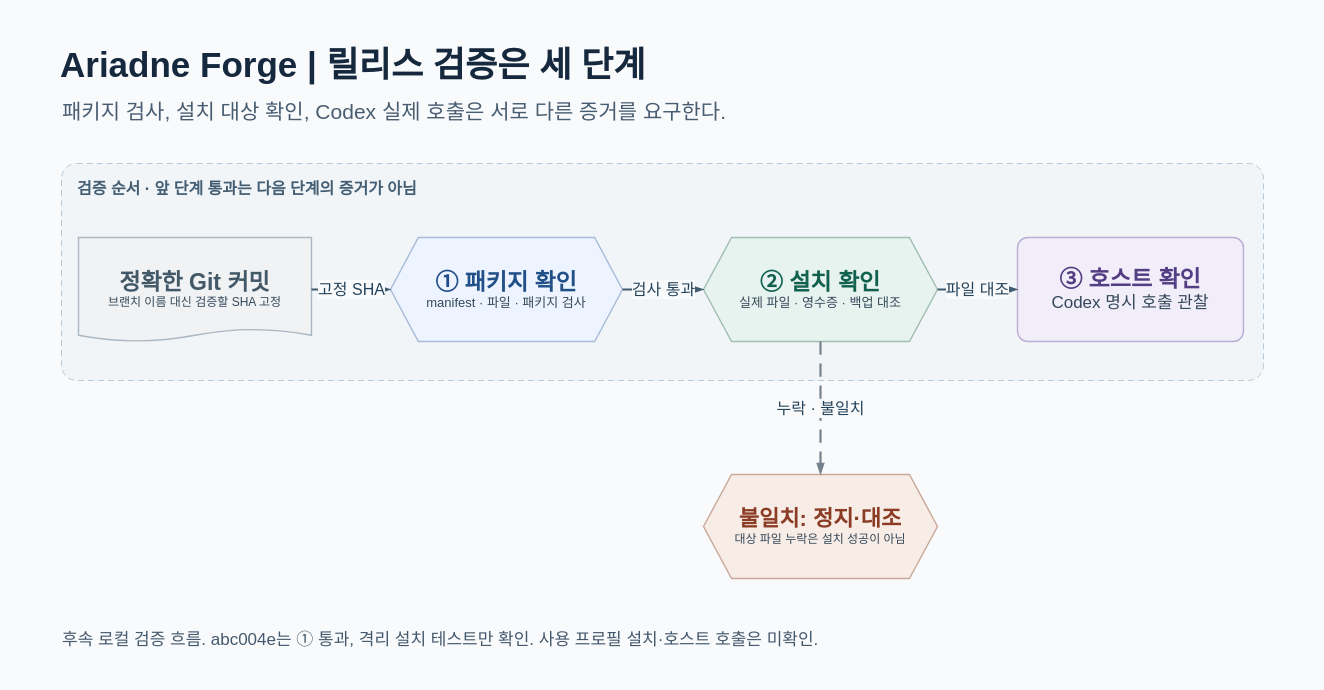
This is docs/portfolio-readme/assets/release.drawio from SungKong00/ariadne-forge, a draw.io file, before an edit. Source tidied: cells renumbered, new cells numbered last; positions are measured from the earlier drawing's top-left corner, leaving out a move shared by most shapes. Both pictures are drawn from the tidied source at 100%, with x=0, y=0 at pixel (17, 17).
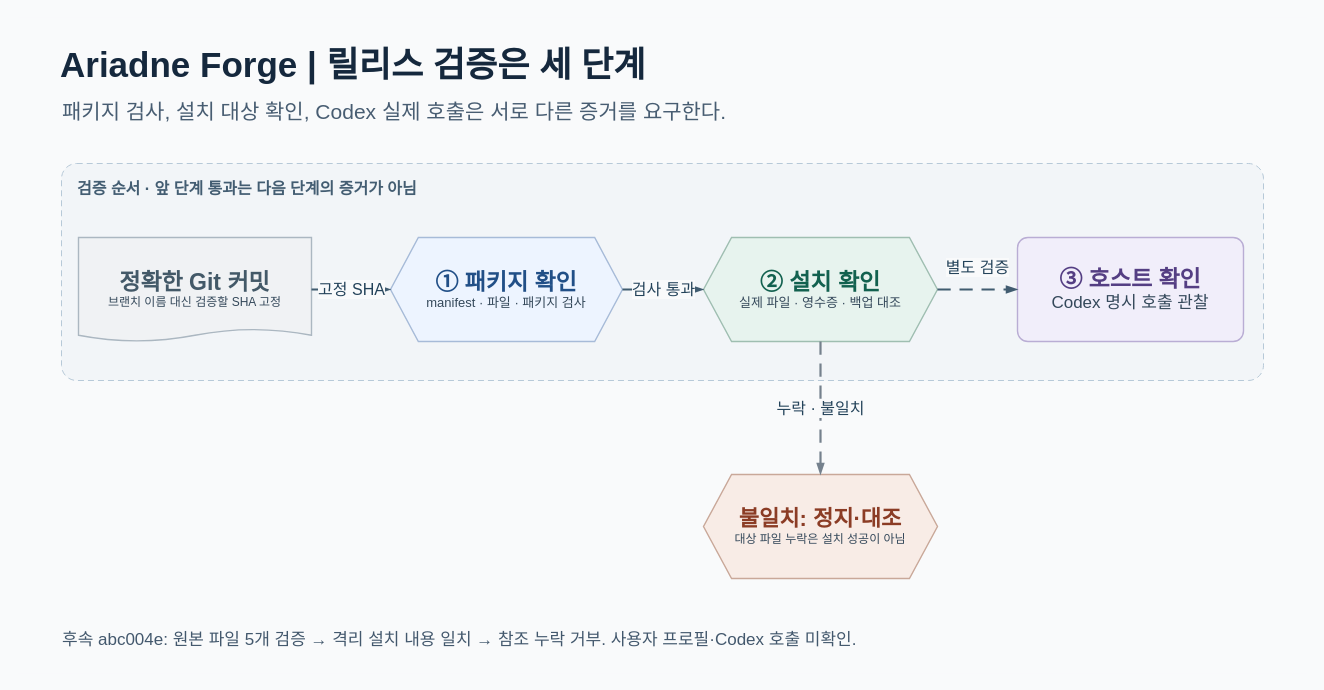
Above is the later version.

Commit message (it also covers changes not shown here):
docs: update portfolio demos and architecture

The edit, as a diff of the source:
```diff
@@
 <mxGraphModel background="#F9FAFB">
   <root>
     <mxCell id="0" />
     <mxCell id="1" parent="0" />
     <mxCell id="2" style="fillColor=#F9FAFB;strokeColor=none;selectable=0;html=0;" parent="1" vertex="1">
       <mxGeometry width="1290" height="656" as="geometry" />
     </mxCell>
     <mxCell id="3" value="Ariadne Forge | 릴리스 검증은 세 단계" style="text;html=0;strokeColor=none;fillColor=none;whiteSpace=wrap;align=left;verticalAlign=middle;spacing=0;fontColor=#15283D;fontSize=35;fontStyle=1;fontFamily=Arial;" parent="1" vertex="1">
       <mxGeometry x="43" y="24" width="1205" height="45" as="geometry" />
     </mxCell>
     <mxCell id="4" value="패키지 검사, 설치 대상 확인, Codex 실제 호출은 서로 다른 증거를 요구한다." style="text;html=0;strokeColor=none;fillColor=none;whiteSpace=wrap;align=left;verticalAlign=middle;spacing=0;fontColor=#485D72;fontSize=21;fontStyle=0;fontFamily=Arial;" parent="1" vertex="1">
       <mxGeometry x="45" y="74" width="1200" height="39" as="geometry" />
     </mxCell>
     <mxCell id="5" value="검증 순서 · 앞 단계 통과는 다음 단계의 증거가 아님" style="rounded=1;arcSize=7;html=0;whiteSpace=wrap;fillColor=#F0F4F7;fillOpacity=70;strokeColor=#B7C9D8;dashed=1;dashPattern=6 4;strokeWidth=1;align=left;verticalAlign=top;spacingLeft=14;spacingTop=9;fontSize=16;fontStyle=1;fontColor=#435D72;fontFamily=Arial;" parent="1" vertex="1">
       <mxGeometry x="44" y="146" width="1202" height="217" as="geometry" />
     </mxCell>
     <mxCell id="6" value="&lt;b style=&quot;font-size:23px;line-height:1.15;color:#435968&quot;&gt;정확한 Git 커밋&lt;/b&gt;&lt;br&gt;&lt;span style=&quot;font-size:12px;line-height:1.16;color:#34485A&quot;&gt;브랜치 이름 대신 검증할 SHA 고정&lt;/span&gt;" style="shape=document;size=0.12;fillColor=#F0F2F4;strokeColor=#ABB7C1;whiteSpace=wrap;html=1;align=center;verticalAlign=middle;spacing=5;spacingLeft=10;spacingRight=10;strokeWidth=1.4;fontFamily=Arial;" parent="1" vertex="1">
       <mxGeometry x="61" y="220" width="233" height="104" as="geometry" />
     </mxCell>
     <mxCell id="7" value="&lt;b style=&quot;font-size:23px;line-height:1.15;color:#214F87&quot;&gt;① 패키지 확인&lt;/b&gt;&lt;br&gt;&lt;span style=&quot;font-size:13px;line-height:1.16;color:#34485A&quot;&gt;manifest · 파일 · 패키지 검사&lt;/span&gt;" style="shape=hexagon;perimeter=hexagonPerimeter2;size=0.12;fillColor=#EDF4FF;strokeColor=#A7BBD8;whiteSpace=wrap;html=1;align=center;verticalAlign=middle;spacing=5;spacingLeft=10;spacingRight=10;strokeWidth=1.4;fontFamily=Arial;" parent="1" vertex="1">
       <mxGeometry x="373" y="220" width="232" height="104" as="geometry" />
     </mxCell>
     <mxCell id="8" value="&lt;b style=&quot;font-size:23px;line-height:1.15;color:#12614F&quot;&gt;② 설치 확인&lt;/b&gt;&lt;br&gt;&lt;span style=&quot;font-size:13px;line-height:1.16;color:#34485A&quot;&gt;실제 파일 · 영수증 · 백업 대조&lt;/span&gt;" style="shape=hexagon;perimeter=hexagonPerimeter2;size=0.12;fillColor=#E7F3EE;strokeColor=#9FBEB1;whiteSpace=wrap;html=1;align=center;verticalAlign=middle;spacing=5;spacingLeft=10;spacingRight=10;strokeWidth=1.4;fontFamily=Arial;" parent="1" vertex="1">
       <mxGeometry x="686" y="220" width="234" height="104" as="geometry" />
     </mxCell>
     <mxCell id="9" value="&lt;b style=&quot;font-size:23px;line-height:1.15;color:#543E83&quot;&gt;③ 호스트 확인&lt;/b&gt;&lt;br&gt;&lt;span style=&quot;font-size:17px;line-height:1.16;color:#34485A&quot;&gt;Codex 명시 호출 관찰&lt;/span&gt;" style="rounded=1;arcSize=10;fillColor=#F1EEFA;strokeColor=#B9ADD4;whiteSpace=wrap;html=1;align=center;verticalAlign=middle;spacing=5;spacingLeft=10;spacingRight=10;strokeWidth=1.4;fontFamily=Arial;" parent="1" vertex="1">
       <mxGeometry x="1000" y="220" width="226" height="104" as="geometry" />
     </mxCell>
     <mxCell id="10" value="&lt;b style=&quot;font-size:22px;line-height:1.15;color:#8B3C25&quot;&gt;불일치: 정지·대조&lt;/b&gt;&lt;br&gt;&lt;span style=&quot;font-size:12px;line-height:1.16;color:#34485A&quot;&gt;대상 파일 누락은 설치 성공이 아님&lt;/span&gt;" style="shape=hexagon;perimeter=hexagonPerimeter2;size=0.12;fillColor=#F8ECE6;strokeColor=#C9A899;whiteSpace=wrap;html=1;align=center;verticalAlign=middle;spacing=5;spacingLeft=10;spacingRight=10;strokeWidth=1.4;fontFamily=Arial;" parent="1" vertex="1">
       <mxGeometry x="686" y="457" width="234" height="104" as="geometry" />
     </mxCell>
     <mxCell id="11" value="고정 SHA" style="edgeStyle=orthogonalEdgeStyle;rounded=1;jettySize=auto;html=1;endArrow=blockThin;endFill=1;strokeColor=#415C70;strokeWidth=2.2;fontColor=#24435A;fontSize=16;labelBackgroundColor=#F9FAFB;labelPadding=2;fontFamily=Arial;exitX=1;exitY=0.5;exitDx=0;exitDy=0;entryX=0;entryY=0.5;entryDx=0;entryDy=0;" parent="1" edge="1" source="6" target="7">
       <mxGeometry relative="1" as="geometry" />
     </mxCell>
     <mxCell id="12" value="검사 통과" style="edgeStyle=orthogonalEdgeStyle;rounded=1;jettySize=auto;html=1;endArrow=blockThin;endFill=1;strokeColor=#415C70;strokeWidth=2.2;fontColor=#24435A;fontSize=16;labelBackgroundColor=#F9FAFB;labelPadding=2;fontFamily=Arial;exitX=1;exitY=0.5;exitDx=0;exitDy=0;entryX=0;entryY=0.5;entryDx=0;entryDy=0;" parent="1" edge="1" source="7" target="8">
       <mxGeometry relative="1" as="geometry" />
     </mxCell>
-    <mxCell id="13" value="파일 대조" style="edgeStyle=orthogonalEdgeStyle;rounded=1;jettySize=auto;html=1;endArrow=blockThin;endFill=1;strokeColor=#415C70;strokeWidth=2.2;fontColor=#24435A;fontSize=16;labelBackgroundColor=#F9FAFB;labelPadding=2;fontFamily=Arial;exitX=1;exitY=0.5;exitDx=0;exitDy=0;entryX=0;entryY=0.5;entryDx=0;entryDy=0;" parent="1" edge="1" source="8" target="9">
-      <mxGeometry relative="1" as="geometry" />
+    <mxCell id="13" value="별도 검증" style="edgeStyle=orthogonalEdgeStyle;rounded=1;jettySize=auto;html=1;endArrow=blockThin;endFill=1;strokeColor=#415C70;strokeWidth=2.2;fontColor=#24435A;fontSize=16;labelBackgroundColor=#F9FAFB;labelPadding=2;fontFamily=Arial;exitX=1;exitY=0.5;exitDx=0;exitDy=0;entryX=0;entryY=0.5;entryDx=0;entryDy=0;dashed=1;dashPattern=6 4;" parent="1" edge="1" source="8" target="9">
+      <mxGeometry relative="1" as="geometry">
+        <mxPoint y="-22" as="offset" />
+      </mxGeometry>
     </mxCell>
     <mxCell id="14" value="누락 · 불일치" style="edgeStyle=orthogonalEdgeStyle;rounded=1;jettySize=auto;html=1;endArrow=blockThin;endFill=1;strokeColor=#415C70;strokeWidth=2.2;fontColor=#24435A;fontSize=16;labelBackgroundColor=#F9FAFB;labelPadding=2;fontFamily=Arial;dashed=1;dashPattern=6 4;strokeColor=#75818D;exitX=0.5;exitY=1;exitDx=0;exitDy=0;entryX=0.5;entryY=0;entryDx=0;entryDy=0;" parent="1" edge="1" source="8" target="10">
       <mxGeometry relative="1" as="geometry" />
     </mxCell>
-    <mxCell id="15" value="후속 로컬 검증 흐름. abc004e는 ① 통과, 격리 설치 테스트만 확인. 사용 프로필 설치·호스트 호출은 미확인." style="text;html=0;strokeColor=none;fillColor=none;whiteSpace=wrap;align=left;verticalAlign=middle;spacing=0;fontColor=#43586D;fontSize=17;fontStyle=0;fontFamily=Arial;" parent="1" vertex="1">
+    <mxCell id="15" value="후속 abc004e: 원본 파일 5개 검증 → 격리 설치 내용 일치 → 참조 누락 거부. 사용자 프로필·Codex 호출 미확인." style="text;html=0;strokeColor=none;fillColor=none;whiteSpace=wrap;align=left;verticalAlign=middle;spacing=0;fontColor=#43586D;fontSize=17;fontStyle=0;fontFamily=Arial;" parent="1" vertex="1">
       <mxGeometry x="45" y="604" width="1200" height="38" as="geometry" />
     </mxCell>
   </root>
 </mxGraphModel>
```
